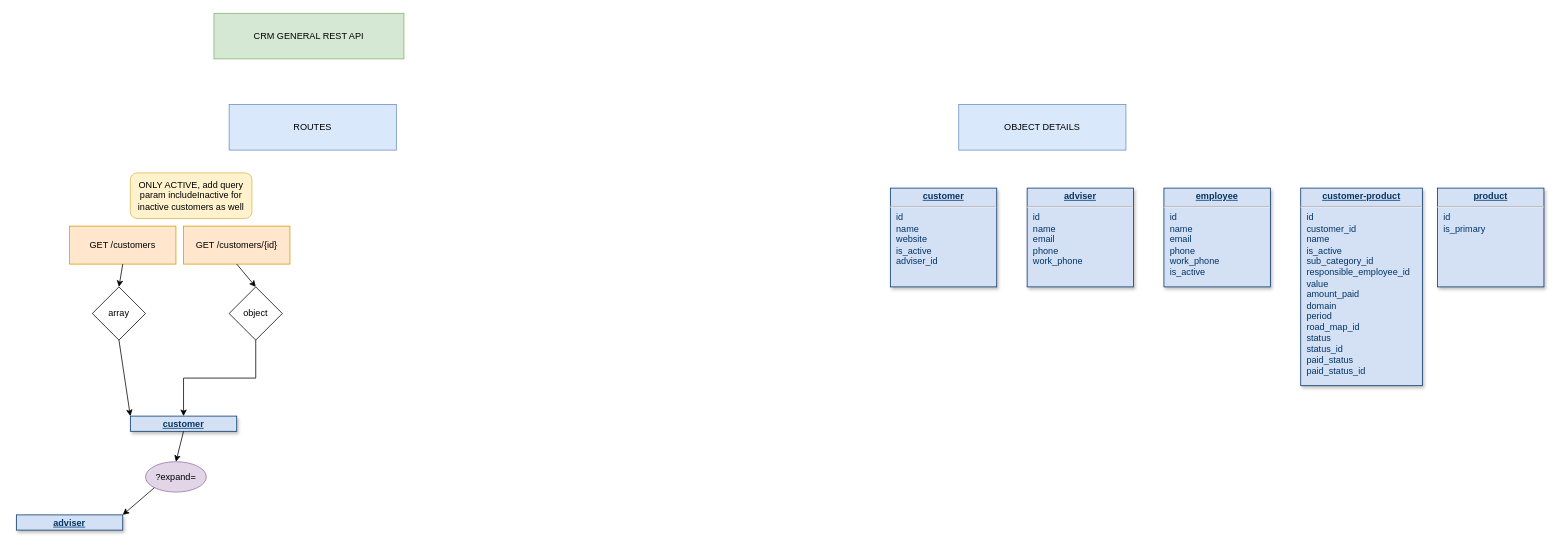
Earlier version of the draw.io diagram crm-rest.drawio (sanderha/diagrams-repo). Source tidied: cells renumbered, new cells numbered last; positions are measured from the earlier drawing's top-left corner, leaving out a move shared by most shapes. Both pictures are drawn from the tidied source at 76%, with x=0, y=0 at pixel (16, 13).
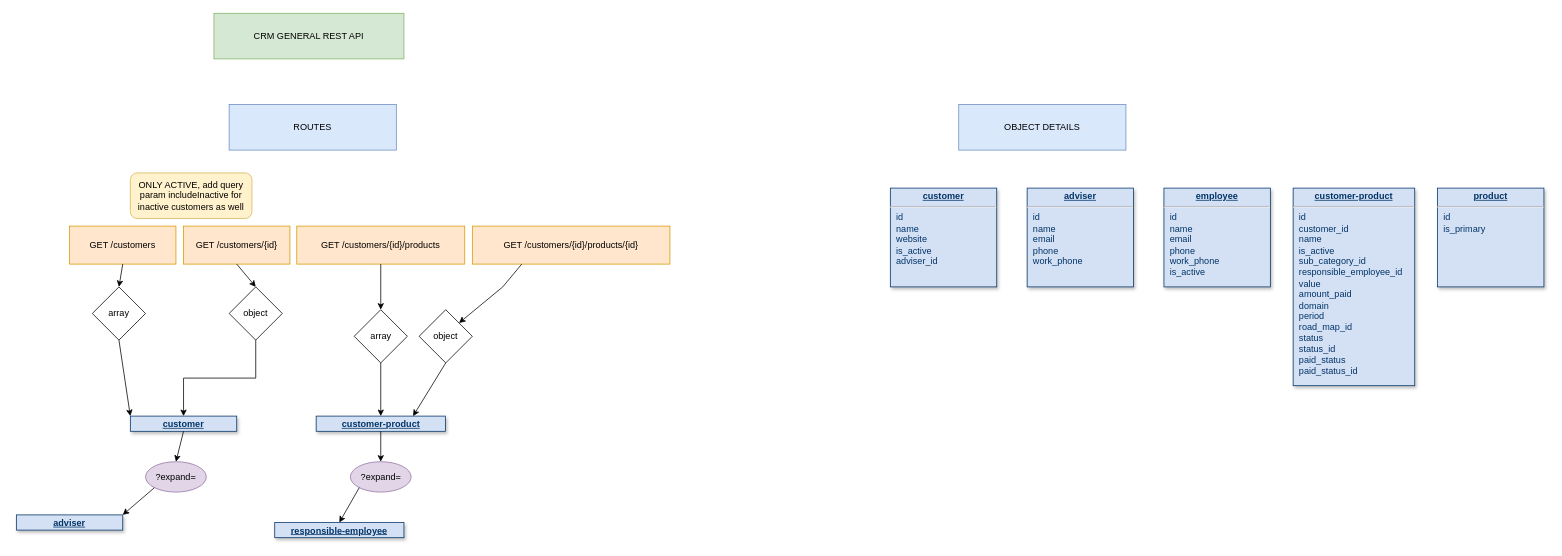
Above is the later version.

The edit, as a diff of the source:
```diff
@@
     <mxCell id="22" value="&lt;p style=&quot;margin: 0px ; margin-top: 4px ; text-align: center ; text-decoration: underline&quot;&gt;&lt;strong&gt;customer-product&lt;br&gt;&lt;/strong&gt;&lt;/p&gt;&lt;hr&gt;&lt;p style=&quot;margin: 0px ; margin-left: 8px&quot;&gt;id&lt;/p&gt;&lt;p style=&quot;margin: 0px ; margin-left: 8px&quot;&gt;customer_id&lt;/p&gt;&lt;p style=&quot;margin: 0px ; margin-left: 8px&quot;&gt;name&lt;br&gt;&lt;/p&gt;&lt;p style=&quot;margin: 0px ; margin-left: 8px&quot;&gt;is_active&lt;/p&gt;&lt;p style=&quot;margin: 0px ; margin-left: 8px&quot;&gt;sub_category_id&lt;/p&gt;&lt;p style=&quot;margin: 0px ; margin-left: 8px&quot;&gt;responsible_employee_id&lt;br&gt;&lt;/p&gt;&lt;p style=&quot;margin: 0px ; margin-left: 8px&quot;&gt;value&lt;/p&gt;&lt;p style=&quot;margin: 0px ; margin-left: 8px&quot;&gt;amount_paid&lt;/p&gt;&lt;p style=&quot;margin: 0px ; margin-left: 8px&quot;&gt;domain&lt;/p&gt;&lt;p style=&quot;margin: 0px ; margin-left: 8px&quot;&gt;period&lt;/p&gt;&lt;p style=&quot;margin: 0px ; margin-left: 8px&quot;&gt;road_map_id&lt;/p&gt;&lt;p style=&quot;margin: 0px ; margin-left: 8px&quot;&gt;status&lt;/p&gt;&lt;p style=&quot;margin: 0px ; margin-left: 8px&quot;&gt;status_id&lt;/p&gt;&lt;p style=&quot;margin: 0px ; margin-left: 8px&quot;&gt;paid_status&lt;/p&gt;&lt;p style=&quot;margin: 0px ; margin-left: 8px&quot;&gt;paid_status_id&lt;br&gt;&lt;/p&gt;&lt;p style=&quot;margin: 0px ; margin-left: 8px&quot;&gt;&lt;br&gt;&lt;/p&gt;&lt;p style=&quot;margin: 0px ; margin-left: 8px&quot;&gt;&lt;br&gt;&lt;/p&gt;&lt;p style=&quot;margin: 0px ; margin-left: 8px&quot;&gt;&lt;br&gt;&lt;/p&gt;&lt;p style=&quot;margin: 0px ; margin-left: 8px&quot;&gt;&lt;br&gt;&lt;/p&gt;" style="verticalAlign=top;align=left;overflow=fill;fontSize=12;fontFamily=Helvetica;html=1;strokeColor=#003366;shadow=1;fillColor=#D4E1F5;fontColor=#003366;" parent="1" vertex="1">
-      <mxGeometry x="1690" y="230" width="160" height="260" as="geometry" />
+      <mxGeometry x="1680" y="230" width="160" height="260" as="geometry" />
     </mxCell>
@@
+    <mxCell id="24" value="GET /customers/{id}/products" style="rounded=0;whiteSpace=wrap;html=1;fillColor=#ffe6cc;strokeColor=#d79b00;" parent="1" vertex="1">
+      <mxGeometry x="369" y="280" width="221" height="50" as="geometry" />
+    </mxCell>
+    <mxCell id="25" style="endArrow=classic;html=1;rounded=0;exitX=0.5;exitY=1;exitDx=0;exitDy=0;entryX=0.5;entryY=0;entryDx=0;entryDy=0;" parent="1" edge="1" source="24" target="26">
+      <mxGeometry relative="1" as="geometry" />
+    </mxCell>
+    <mxCell id="26" value="array" style="rhombus;whiteSpace=wrap;html=1;" parent="1" vertex="1">
+      <mxGeometry x="444.5" y="390" width="70" height="70" as="geometry" />
+    </mxCell>
+    <mxCell id="27" value="&lt;p style=&quot;margin: 0px ; margin-top: 4px ; text-align: center ; text-decoration: underline&quot;&gt;&lt;strong&gt;customer-product&lt;br&gt;&lt;/strong&gt;&lt;/p&gt;&lt;hr&gt;" style="verticalAlign=top;align=left;overflow=fill;fontSize=12;fontFamily=Helvetica;html=1;strokeColor=#003366;shadow=1;fillColor=#D4E1F5;fontColor=#003366;" parent="1" vertex="1">
+      <mxGeometry x="394.5" y="530" width="170" height="20" as="geometry" />
+    </mxCell>
+    <mxCell id="28" style="endArrow=classic;html=1;rounded=0;entryX=0.5;entryY=0;entryDx=0;entryDy=0;exitX=0.5;exitY=1;exitDx=0;exitDy=0;" parent="1" edge="1" source="26" target="27">
+      <mxGeometry relative="1" as="geometry" />
+    </mxCell>
+    <mxCell id="29" value="?expand=" style="ellipse;whiteSpace=wrap;html=1;fillColor=#e1d5e7;strokeColor=#9673a6;" parent="1" vertex="1">
+      <mxGeometry x="439.5" y="590" width="80" height="40" as="geometry" />
+    </mxCell>
+    <mxCell id="30" style="endArrow=classic;html=1;rounded=0;entryX=0.5;entryY=0;entryDx=0;entryDy=0;exitX=0.5;exitY=1;exitDx=0;exitDy=0;" parent="1" edge="1" source="27" target="29">
+      <mxGeometry relative="1" as="geometry" />
+    </mxCell>
+    <mxCell id="31" value="&lt;p style=&quot;margin: 0px ; margin-top: 4px ; text-align: center ; text-decoration: underline&quot;&gt;&lt;strong&gt;responsible-employee&lt;br&gt;&lt;/strong&gt;&lt;/p&gt;" style="verticalAlign=top;align=left;overflow=fill;fontSize=12;fontFamily=Helvetica;html=1;strokeColor=#003366;shadow=1;fillColor=#D4E1F5;fontColor=#003366;" parent="1" vertex="1">
+      <mxGeometry x="340" y="670" width="170" height="20" as="geometry" />
+    </mxCell>
+    <mxCell id="32" style="endArrow=classic;html=1;rounded=0;entryX=0.5;entryY=0;entryDx=0;entryDy=0;exitX=0;exitY=1;exitDx=0;exitDy=0;" parent="1" edge="1" source="29" target="31">
+      <mxGeometry relative="1" as="geometry" />
+    </mxCell>
+    <mxCell id="33" value="GET /customers/{id}/products/{id}" style="rounded=0;whiteSpace=wrap;html=1;fillColor=#ffe6cc;strokeColor=#d79b00;" parent="1" vertex="1">
+      <mxGeometry x="600" y="280" width="260" height="50" as="geometry" />
+    </mxCell>
+    <mxCell id="34" style="endArrow=classic;html=1;rounded=0;exitX=0.25;exitY=1;exitDx=0;exitDy=0;entryX=1;entryY=0;entryDx=0;entryDy=0;" parent="1" edge="1" source="33" target="35">
+      <mxGeometry relative="1" as="geometry">
+        <Array as="points">
+          <mxPoint x="640" y="360" />
+        </Array>
+      </mxGeometry>
+    </mxCell>
+    <mxCell id="35" value="object" style="rhombus;whiteSpace=wrap;html=1;" parent="1" vertex="1">
+      <mxGeometry x="530" y="390" width="70" height="70" as="geometry" />
+    </mxCell>
+    <mxCell id="36" style="endArrow=classic;html=1;rounded=0;exitX=0.5;exitY=1;exitDx=0;exitDy=0;entryX=0.75;entryY=0;entryDx=0;entryDy=0;" parent="1" edge="1" source="35" target="27">
+      <mxGeometry relative="1" as="geometry" />
+    </mxCell>
```
